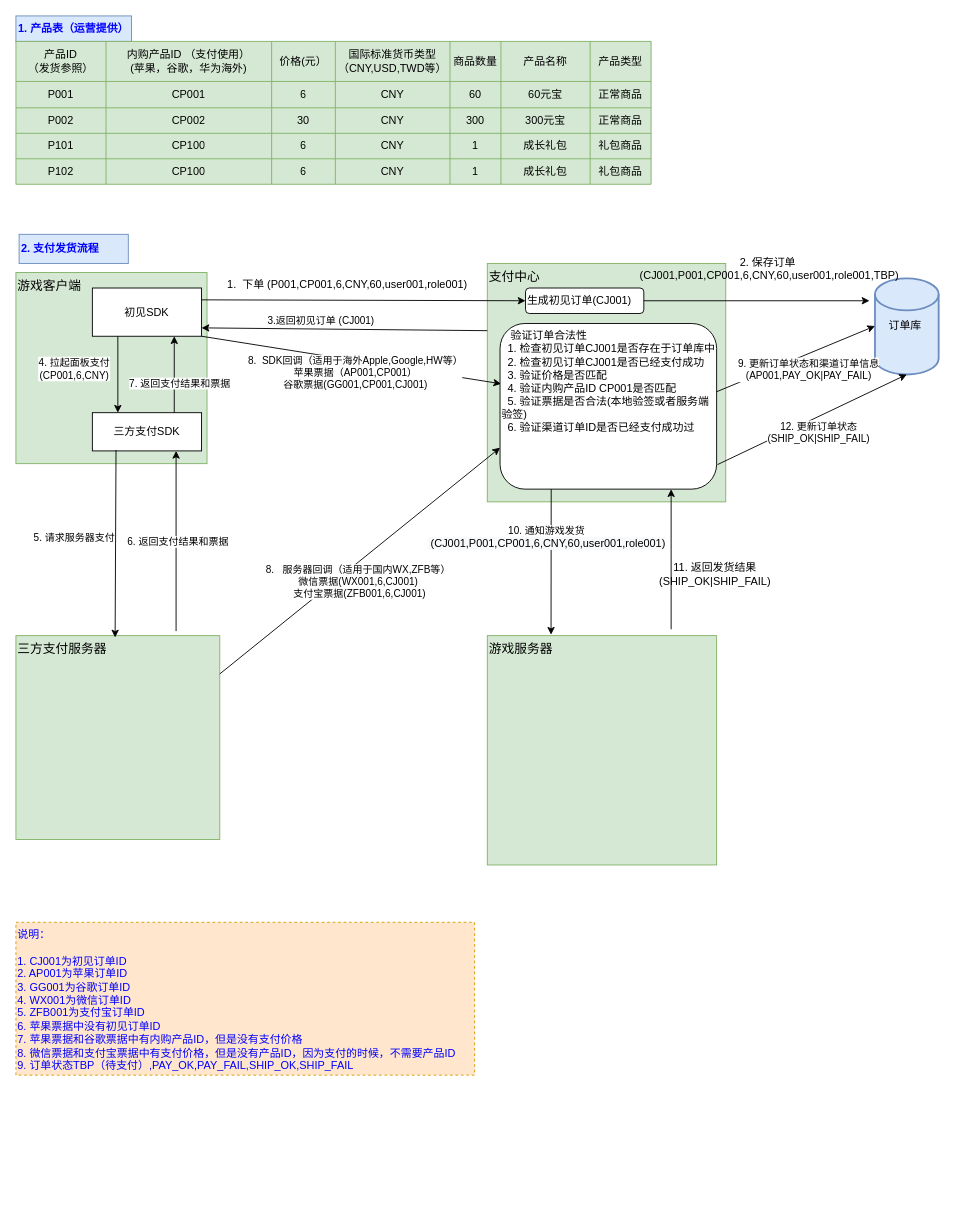
Above: irder.drawio in pangqiren/diagram (draw.io), before the change. Source tidied: cells renumbered, new cells numbered last; positions are measured from the earlier drawing's top-left corner, leaving out a move shared by most shapes. Both pictures are drawn from the tidied source at 91%, with x=0, y=0 at pixel (15, 15).
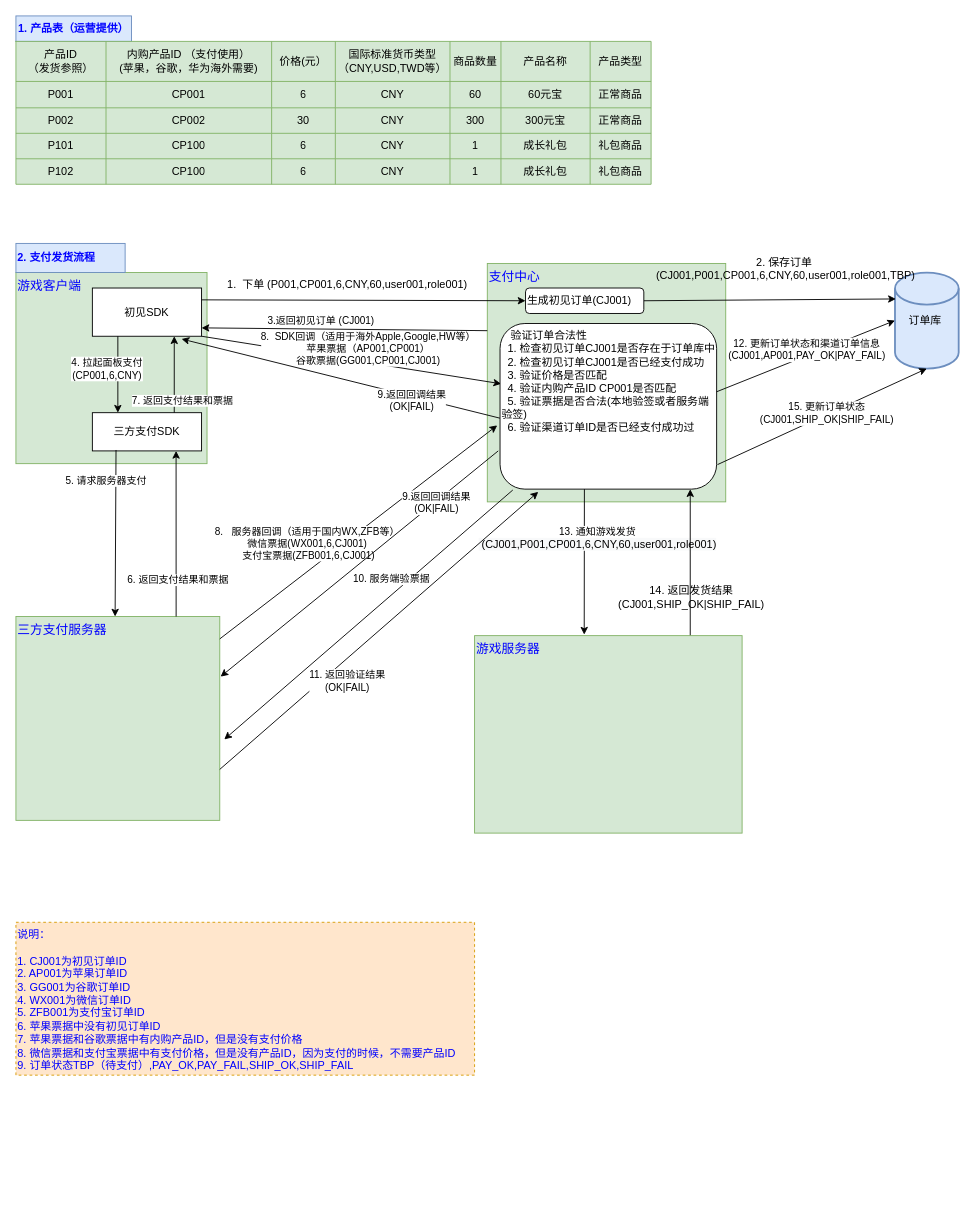
The same page after the edit.

The change refers to these unchanged cells:
```xml
<mxCell id="4" value="初见SDK" style="rounded=0;whiteSpace=wrap;html=1;align=center;" parent="1" vertex="1">
  <mxGeometry x="84" y="299" width="120" height="53" as="geometry" />
</mxCell>
<mxCell id="8" style="shape=partialRectangle;html=1;whiteSpace=wrap;fillColor=none;top=0;left=0;bottom=0;right=0;" parent="7" vertex="1">
  <mxGeometry width="698" height="44" as="geometry" />
</mxCell>
<mxCell id="57" style="endArrow=classic;html=1;exitX=0.5;exitY=1;exitDx=0;exitDy=0;" parent="1" edge="1">
  <mxGeometry relative="1" as="geometry">
    <mxPoint x="112" y="352" as="sourcePoint" />
    <mxPoint x="112" y="436" as="targetPoint" />
  </mxGeometry>
</mxCell>
<mxCell id="59" style="endArrow=classic;html=1;exitX=0.75;exitY=0;exitDx=0;exitDy=0;entryX=0.75;entryY=1;entryDx=0;entryDy=0;" parent="1" edge="1" source="5" target="4">
  <mxGeometry relative="1" as="geometry" />
</mxCell>
<mxCell id="65" style="endArrow=classic;html=1;exitX=1;exitY=1;exitDx=0;exitDy=0;entryX=0.005;entryY=0.364;entryDx=0;entryDy=0;entryPerimeter=0;" parent="1" edge="1" source="4" target="70">
  <mxGeometry relative="1" as="geometry" />
</mxCell>
<mxCell id="67" value="生成初见订单(CJ001)" style="rounded=1;whiteSpace=wrap;html=1;align=left;" parent="1" vertex="1">
  <mxGeometry x="560" y="299" width="130" height="28" as="geometry" />
</mxCell>
<mxCell id="70" value="&amp;nbsp; &amp;nbsp;验证订单合法性&lt;br&gt;&amp;nbsp; 1. 检查初见订单CJ001是否存在于订单库中&lt;br&gt;&amp;nbsp; 2. 检查初见订单CJ001是否已经支付成功&lt;br&gt;&amp;nbsp; 3. 验证价格是否匹配&lt;br&gt;&amp;nbsp; 4. 验证内购产品ID CP001是否匹配&lt;br&gt;&amp;nbsp; 5. 验证票据是否合法(本地验签或者服务端验签)&lt;br&gt;&amp;nbsp; 6. 验证渠道订单ID是否已经支付成功过" style="rounded=1;whiteSpace=wrap;html=1;align=left;verticalAlign=top;" parent="1" vertex="1">
  <mxGeometry x="532" y="338" width="238" height="182" as="geometry" />
</mxCell>
<mxCell id="77" style="endArrow=classic;html=1;exitX=1.004;exitY=0.852;exitDx=0;exitDy=0;exitPerimeter=0;entryX=0.5;entryY=1;entryDx=0;entryDy=0;entryPerimeter=0;" parent="1" edge="1" source="70" target="50">
  <mxGeometry relative="1" as="geometry" />
</mxCell>
```

What changed in the source:
```diff
@@
-    <mxCell id="3" value="&lt;font style=&quot;font-size: 14px&quot;&gt;游戏客户端&lt;/font&gt;" style="whiteSpace=wrap;html=1;align=left;labelPosition=center;verticalLabelPosition=middle;verticalAlign=top;fillColor=#d5e8d4;strokeColor=#82b366;" parent="1" vertex="1">
+    <mxCell id="3" value="&lt;font style=&quot;font-size: 14px&quot; color=&quot;#0000ff&quot;&gt;游戏客户端&lt;/font&gt;" style="whiteSpace=wrap;html=1;align=left;labelPosition=center;verticalLabelPosition=middle;verticalAlign=top;fillColor=#d5e8d4;strokeColor=#82b366;" parent="1" vertex="1">
       <mxGeometry y="282" width="210" height="210" as="geometry" />
     </mxCell>
@@
-    <mxCell id="6" value="&lt;font style=&quot;font-size: 14px&quot;&gt;支付中心&lt;/font&gt;" style="whiteSpace=wrap;html=1;align=left;verticalAlign=top;fillColor=#d5e8d4;strokeColor=#82b366;" parent="1" vertex="1">
+    <mxCell id="6" value="&lt;font style=&quot;font-size: 14px&quot; color=&quot;#0000ff&quot;&gt;支付中心&lt;/font&gt;" style="whiteSpace=wrap;html=1;align=left;verticalAlign=top;fillColor=#d5e8d4;strokeColor=#82b366;" parent="1" vertex="1">
       <mxGeometry x="518" y="272" width="262" height="262" as="geometry" />
     </mxCell>
@@
-    <mxCell id="10" value="内购产品ID （支付使用）&lt;br&gt;(苹果，谷歌，华为海外)" style="shape=partialRectangle;html=1;whiteSpace=wrap;overflow=hidden;fillColor=none;top=0;left=0;bottom=0;right=0;" parent="8" vertex="1">
+    <mxCell id="10" value="内购产品ID （支付使用）&lt;br&gt;(苹果，谷歌，华为海外需要)" style="shape=partialRectangle;html=1;whiteSpace=wrap;overflow=hidden;fillColor=none;top=0;left=0;bottom=0;right=0;" parent="8" vertex="1">
       <mxGeometry x="99" width="182" height="44" as="geometry" />
     </mxCell>
@@
-    <mxCell id="48" value="&lt;font style=&quot;font-size: 14px&quot;&gt;三方支付服务器&lt;/font&gt;" style="whiteSpace=wrap;html=1;align=left;verticalAlign=top;fillColor=#d5e8d4;strokeColor=#82b366;" parent="1" vertex="1">
-      <mxGeometry y="681" width="224" height="224" as="geometry" />
+    <mxCell id="48" value="&lt;font style=&quot;font-size: 14px&quot; color=&quot;#0000ff&quot;&gt;三方支付服务器&lt;/font&gt;" style="whiteSpace=wrap;html=1;align=left;verticalAlign=top;fillColor=#d5e8d4;strokeColor=#82b366;" parent="1" vertex="1">
+      <mxGeometry y="660" width="224" height="224" as="geometry" />
     </mxCell>
-    <mxCell id="49" value="&lt;font style=&quot;font-size: 14px&quot;&gt;游戏服务器&lt;/font&gt;" style="whiteSpace=wrap;html=1;align=left;verticalAlign=top;fillColor=#d5e8d4;strokeColor=#82b366;" parent="1" vertex="1">
-      <mxGeometry x="518" y="681" width="252" height="252" as="geometry" />
-    </mxCell>
     <mxCell id="50" value="&amp;nbsp; &amp;nbsp; 订单库" style="strokeWidth=2;html=1;shape=mxgraph.flowchart.database;whiteSpace=wrap;align=left;verticalAlign=middle;fillColor=#dae8fc;strokeColor=#6c8ebf;" parent="1" vertex="1">
-      <mxGeometry x="944" y="288.5" width="70" height="105.5" as="geometry" />
+      <mxGeometry x="966" y="282" width="70" height="105.5" as="geometry" />
     </mxCell>
@@
-    <mxCell id="53" style="endArrow=classic;html=1;exitX=1;exitY=0.5;exitDx=0;exitDy=0;" parent="1" edge="1" source="67">
-      <mxGeometry relative="1" as="geometry">
-        <mxPoint x="938" y="313" as="targetPoint" />
-      </mxGeometry>
+    <mxCell id="53" style="endArrow=classic;html=1;exitX=1;exitY=0.5;exitDx=0;exitDy=0;entryX=0.014;entryY=0.275;entryDx=0;entryDy=0;entryPerimeter=0;" parent="1" edge="1" source="67" target="50">
+      <mxGeometry relative="1" as="geometry" />
     </mxCell>
     <mxCell id="54" value="&lt;div&gt;&lt;span&gt;2. 保存订单&lt;/span&gt;&lt;/div&gt;&amp;nbsp;(CJ001,P001,CP001,6,CNY,60,user001,role001,TBP)" style="text;html=1;align=center;verticalAlign=middle;" parent="1" vertex="1">
-      <mxGeometry x="672" y="257" width="308" height="42" as="geometry" />
+      <mxGeometry x="690" y="257" width="308" height="42" as="geometry" />
     </mxCell>
@@
     <mxCell id="58" value="4. 拉起面板支付&lt;br&gt;(CP001,6,CNY)" style="edgeLabel;html=1;align=center;verticalAlign=middle;" parent="57" vertex="1">
       <mxGeometry x="-0.24" y="3" relative="1" as="geometry">
-        <mxPoint x="-51.5" y="3" as="offset" />
+        <mxPoint x="-16" y="3" as="offset" />
       </mxGeometry>
     </mxCell>
@@
     <mxCell id="60" value="7. 返回支付结果和票据" style="edgeLabel;html=1;align=center;verticalAlign=middle;" parent="59" vertex="1">
       <mxGeometry x="0.26" relative="1" as="geometry">
-        <mxPoint x="5" y="20" as="offset" />
+        <mxPoint x="8" y="39" as="offset" />
       </mxGeometry>
     </mxCell>
     <mxCell id="61" style="endArrow=classic;html=1;exitX=0.167;exitY=0.976;exitDx=0;exitDy=0;exitPerimeter=0;" parent="1" edge="1">
       <mxGeometry relative="1" as="geometry">
         <mxPoint x="110" y="477" as="sourcePoint" />
-        <mxPoint x="109" y="683" as="targetPoint" />
+        <mxPoint x="109" y="660" as="targetPoint" />
       </mxGeometry>
     </mxCell>
     <mxCell id="62" value="5. 请求服务器支付" style="edgeLabel;html=1;align=center;verticalAlign=middle;" parent="61" vertex="1">
       <mxGeometry x="-0.18" y="-3" relative="1" as="geometry">
-        <mxPoint x="-43.1" y="12" as="offset" />
+        <mxPoint x="-7.6" y="-41" as="offset" />
       </mxGeometry>
     </mxCell>
-    <mxCell id="63" style="endArrow=classic;html=1;entryX=0.75;entryY=1;entryDx=0;entryDy=0;" parent="1" edge="1">
+    <mxCell id="63" style="endArrow=classic;html=1;entryX=0.75;entryY=1;entryDx=0;entryDy=0;exitX=0.786;exitY=0;exitDx=0;exitDy=0;exitPerimeter=0;" parent="1" edge="1" source="48">
       <mxGeometry relative="1" as="geometry">
-        <mxPoint x="176" y="676" as="sourcePoint" />
         <mxPoint x="176" y="478" as="targetPoint" />
       </mxGeometry>
     </mxCell>
     <mxCell id="64" value="6. 返回支付结果和票据" style="edgeLabel;html=1;align=center;verticalAlign=middle;" parent="1" vertex="1">
-      <mxGeometry x="182" y="506" as="geometry">
+      <mxGeometry x="182" y="548" as="geometry">
         <mxPoint x="-5" y="71" as="offset" />
       </mxGeometry>
     </mxCell>
@@
     <mxCell id="66" value="8.&amp;nbsp; SDK回调（适用于海外Apple,Google,HW等）&lt;br&gt;苹果票据（AP001,CP001）&lt;br&gt;谷歌票据(GG001,CP001,CJ001)" style="edgeLabel;html=1;align=center;verticalAlign=middle;" parent="65" vertex="1">
       <mxGeometry x="-0.12" y="3" relative="1" as="geometry">
-        <mxPoint x="23.2" y="19.5" as="offset" />
+        <mxPoint x="36.4" y="-6.1" as="offset" />
       </mxGeometry>
     </mxCell>
@@
-    <mxCell id="68" style="endArrow=classic;html=1;exitX=1;exitY=0.188;exitDx=0;exitDy=0;exitPerimeter=0;entryX=0;entryY=0.75;entryDx=0;entryDy=0;" parent="1" edge="1" source="48" target="70">
-      <mxGeometry relative="1" as="geometry" />
+    <mxCell id="68" style="endArrow=classic;html=1;exitX=1;exitY=0.188;exitDx=0;exitDy=0;exitPerimeter=0;entryX=-0.013;entryY=0.615;entryDx=0;entryDy=0;entryPerimeter=0;" parent="1" edge="1" target="70">
+      <mxGeometry relative="1" as="geometry">
+        <mxPoint x="224" y="684.6" as="sourcePoint" />
+      </mxGeometry>
     </mxCell>
     <mxCell id="69" value="8.&amp;nbsp; &amp;nbsp;服务器回调（适用于国内WX,ZFB等）&lt;br&gt;微信票据(WX001,6,CJ001)&lt;br&gt;&amp;nbsp;支付宝票据(ZFB001,6,CJ001)" style="edgeLabel;html=1;align=center;verticalAlign=middle;" parent="1" vertex="1">
-      <mxGeometry x="364" y="520" as="geometry">
+      <mxGeometry x="308" y="478" as="geometry">
         <mxPoint x="11" y="101" as="offset" />
       </mxGeometry>
     </mxCell>
@@
-    <mxCell id="71" style="endArrow=classic;html=1;" parent="1" edge="1">
+    <mxCell id="71" style="endArrow=classic;html=1;entryX=0;entryY=0.5;entryDx=0;entryDy=0;entryPerimeter=0;" parent="1" edge="1" target="50">
       <mxGeometry relative="1" as="geometry">
         <mxPoint x="770" y="413" as="sourcePoint" />
-        <mxPoint x="944" y="340.8" as="targetPoint" />
       </mxGeometry>
     </mxCell>
-    <mxCell id="72" value="9. 更新订单状态和渠道订单信息&lt;br&gt;(AP001,PAY_OK|PAY_FAIL)" style="edgeLabel;html=1;align=center;verticalAlign=middle;" parent="71" vertex="1">
+    <mxCell id="72" value="12. 更新订单状态和渠道订单信息&lt;br&gt;(CJ001,AP001,PAY_OK|PAY_FAIL)" style="edgeLabel;html=1;align=center;verticalAlign=middle;" parent="71" vertex="1">
       <mxGeometry x="0.16" y="1" relative="1" as="geometry">
-        <mxPoint y="17.7" as="offset" />
+        <mxPoint x="-14.9" y="-0.8" as="offset" />
       </mxGeometry>
     </mxCell>
-    <mxCell id="73" style="endArrow=classic;html=1;entryX=0.278;entryY=-0.004;entryDx=0;entryDy=0;entryPerimeter=0;exitX=0.268;exitY=0.947;exitDx=0;exitDy=0;exitPerimeter=0;" parent="1" edge="1" source="6" target="49">
-      <mxGeometry relative="1" as="geometry" />
+    <mxCell id="73" style="endArrow=classic;html=1;entryX=0.278;entryY=-0.004;entryDx=0;entryDy=0;entryPerimeter=0;exitX=0.268;exitY=0.947;exitDx=0;exitDy=0;exitPerimeter=0;" parent="1" edge="1">
+      <mxGeometry relative="1" as="geometry">
+        <mxPoint x="624.7" y="520" as="sourcePoint" />
+        <mxPoint x="624.5" y="679.9" as="targetPoint" />
+      </mxGeometry>
     </mxCell>
-    <mxCell id="74" value="10. 通知游戏发货&lt;br&gt;&lt;span style=&quot;font-size: 12px ; background-color: rgb(248 , 249 , 250)&quot;&gt;&amp;nbsp;(CJ001,P001,CP001,6,CNY,60,user001,role001)&lt;/span&gt;" style="edgeLabel;html=1;align=center;verticalAlign=middle;" parent="73" vertex="1">
+    <mxCell id="74" value="13. 通知游戏发货&lt;br&gt;&lt;span style=&quot;font-size: 12px ; background-color: rgb(248 , 249 , 250)&quot;&gt;&amp;nbsp;(CJ001,P001,CP001,6,CNY,60,user001,role001)&lt;/span&gt;" style="edgeLabel;html=1;align=center;verticalAlign=middle;" parent="73" vertex="1">
       <mxGeometry x="0.12" y="1" relative="1" as="geometry">
-        <mxPoint x="-7.1" y="-38.1" as="offset" />
+        <mxPoint x="12.9" y="-36.1" as="offset" />
       </mxGeometry>
     </mxCell>
-    <mxCell id="75" style="endArrow=classic;html=1;entryX=0.771;entryY=0.947;entryDx=0;entryDy=0;entryPerimeter=0;" parent="1" edge="1" target="6">
+    <mxCell id="75" style="endArrow=classic;html=1;entryX=0.771;entryY=0.947;entryDx=0;entryDy=0;entryPerimeter=0;exitX=0.885;exitY=0.028;exitDx=0;exitDy=0;exitPerimeter=0;" parent="1" edge="1">
       <mxGeometry relative="1" as="geometry">
-        <mxPoint x="720" y="674" as="sourcePoint" />
+        <mxPoint x="741" y="688.1" as="sourcePoint" />
+        <mxPoint x="741" y="520.1" as="targetPoint" />
       </mxGeometry>
     </mxCell>
-    <mxCell id="76" value="11. 返回发货结果&lt;br&gt;(SHIP_OK|SHIP_FAIL)" style="text;html=1;align=center;verticalAlign=middle;" parent="1" vertex="1">
-      <mxGeometry x="698" y="593" width="140" height="42" as="geometry" />
+    <mxCell id="76" value="14. 返回发货结果&lt;br&gt;(CJ001,SHIP_OK|SHIP_FAIL)" style="text;html=1;align=center;verticalAlign=middle;" parent="1" vertex="1">
+      <mxGeometry x="651" y="618" width="182" height="42" as="geometry" />
     </mxCell>
@@
-    <mxCell id="78" value="12. 更新订单状态&lt;br&gt;(SHIP_OK|SHIP_FAIL)" style="edgeLabel;html=1;align=center;verticalAlign=middle;" parent="77" vertex="1">
+    <mxCell id="78" value="15. 更新订单状态&lt;br&gt;(CJ001,SHIP_OK|SHIP_FAIL)" style="edgeLabel;html=1;align=center;verticalAlign=middle;" parent="77" vertex="1">
       <mxGeometry x="-0.13" y="-2" relative="1" as="geometry">
-        <mxPoint x="19" y="5.5" as="offset" />
+        <mxPoint x="19" y="-12.6" as="offset" />
       </mxGeometry>
     </mxCell>
     <mxCell id="79" value="&lt;b style=&quot;text-align: center&quot;&gt;&lt;font color=&quot;#0000ff&quot;&gt;2. 支付发货流程&lt;/font&gt;&lt;/b&gt;" style="rounded=0;whiteSpace=wrap;html=1;align=left;fillColor=#dae8fc;strokeColor=#6c8ebf;" parent="1" vertex="1">
-      <mxGeometry x="3.5" y="240" width="120" height="32" as="geometry" />
+      <mxGeometry y="250" width="120" height="32" as="geometry" />
     </mxCell>
@@
+    <mxCell id="82" style="endArrow=classic;html=1;entryX=1.022;entryY=0.603;entryDx=0;entryDy=0;entryPerimeter=0;" parent="1" edge="1" target="48">
+      <mxGeometry relative="1" as="geometry">
+        <mxPoint x="546" y="521" as="sourcePoint" />
+      </mxGeometry>
+    </mxCell>
+    <mxCell id="83" value="10. 服务端验票据&amp;nbsp;" style="edgeLabel;html=1;align=center;verticalAlign=middle;" parent="82" vertex="1">
+      <mxGeometry x="-0.08" y="-2" relative="1" as="geometry">
+        <mxPoint x="14.6" y="-27" as="offset" />
+      </mxGeometry>
+    </mxCell>
+    <mxCell id="49" value="&lt;font style=&quot;font-size: 14px&quot; color=&quot;#0000ff&quot;&gt;游戏服务器&lt;/font&gt;" style="rounded=0;whiteSpace=wrap;html=1;shadow=0;glass=0;comic=0;align=left;fillColor=#d5e8d4;strokeColor=#82b366;verticalAlign=top;" parent="1" vertex="1">
+      <mxGeometry x="504" y="681" width="294" height="217" as="geometry" />
+    </mxCell>
+    <mxCell id="84" style="endArrow=classic;html=1;exitX=1;exitY=0.75;exitDx=0;exitDy=0;" parent="1" edge="1" source="48">
+      <mxGeometry relative="1" as="geometry">
+        <mxPoint x="574" y="523" as="targetPoint" />
+      </mxGeometry>
+    </mxCell>
+    <mxCell id="85" value="11. 返回验证结果&lt;br&gt;(OK|FAIL)" style="edgeLabel;html=1;align=center;verticalAlign=middle;" parent="84" vertex="1">
+      <mxGeometry x="-0.13" y="1" relative="1" as="geometry">
+        <mxPoint x="-12.4" y="36.1" as="offset" />
+      </mxGeometry>
+    </mxCell>
+    <mxCell id="86" style="endArrow=classic;html=1;exitX=0.053;exitY=0.649;exitDx=0;exitDy=0;exitPerimeter=0;entryX=0.817;entryY=1.057;entryDx=0;entryDy=0;entryPerimeter=0;" parent="1" edge="1" source="6" target="4">
+      <mxGeometry relative="1" as="geometry" />
+    </mxCell>
+    <mxCell id="87" value="9.返回回调结果&lt;br&gt;(OK|FAIL)" style="edgeLabel;html=1;align=center;verticalAlign=middle;" parent="86" vertex="1">
+      <mxGeometry x="-0.26" y="-1" relative="1" as="geometry">
+        <mxPoint x="31.9" y="13.3" as="offset" />
+      </mxGeometry>
+    </mxCell>
+    <mxCell id="88" style="endArrow=classic;html=1;entryX=1.004;entryY=0.295;entryDx=0;entryDy=0;entryPerimeter=0;" parent="1" edge="1" target="48">
+      <mxGeometry relative="1" as="geometry">
+        <mxPoint x="530" y="478" as="sourcePoint" />
+      </mxGeometry>
+    </mxCell>
+    <mxCell id="89" value="9.返回回调结果&lt;br&gt;(OK|FAIL)" style="edgeLabel;html=1;align=center;verticalAlign=middle;" parent="88" vertex="1">
+      <mxGeometry x="-0.2" y="-3" relative="1" as="geometry">
+        <mxPoint x="55.7" y="-40.7" as="offset" />
+      </mxGeometry>
+    </mxCell>
```
